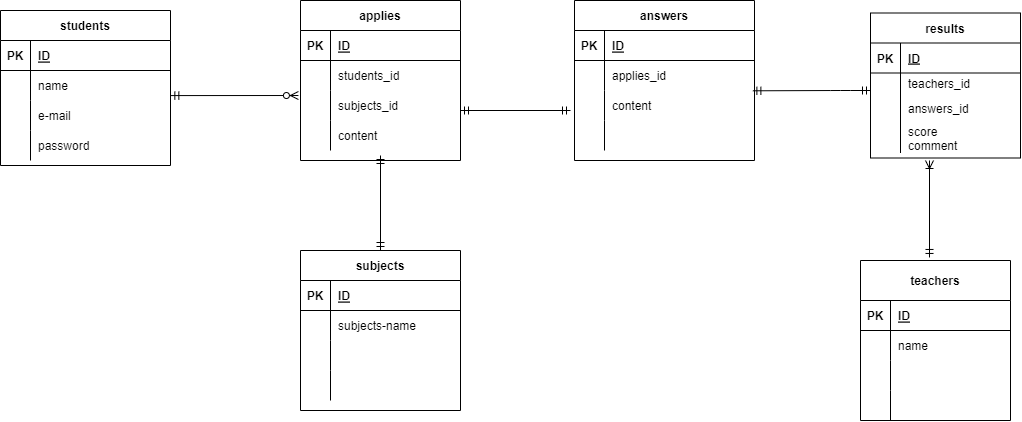
Before: index.drawio.png, a diagram exported from draw.io (kei1476/ER). Source tidied: cells renumbered, new cells last; positions are measured from the earlier drawing's top-left corner, leaving out a move shared by most shapes.
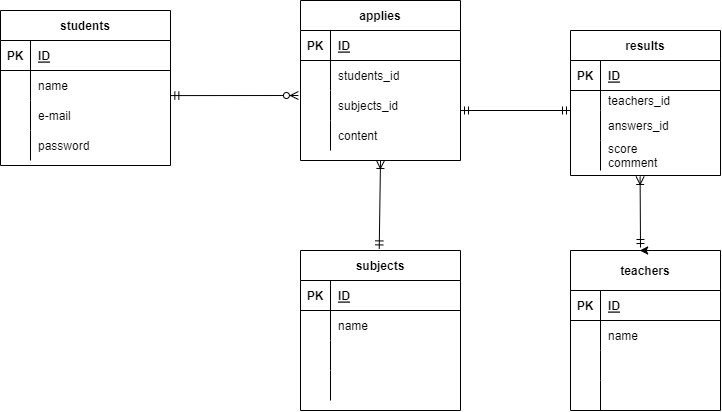
The same diagram one commit later.

Commit message:
演習問題修正4

What changed in the source:
```diff
@@ -42,7 +42,7 @@
       <mxGeometry x="30" width="140" height="30" as="geometry" />
     </mxCell>
     <mxCell id="15" value="results" style="shape=table;startSize=30;rowLines=0;fontStyle=1;align=center;" parent="1" vertex="1">
-      <mxGeometry x="870" y="12.5" width="150" height="145" as="geometry" />
+      <mxGeometry x="570" y="30" width="150" height="145" as="geometry" />
     </mxCell>
     <mxCell id="16" style="shape=partialRectangle;fillColor=none;top=0;left=0;bottom=1;right=0;" parent="15" vertex="1">
       <mxGeometry y="30" width="150" height="30" as="geometry" />
@@ -81,7 +81,7 @@
       <mxGeometry x="30" width="120" height="30" as="geometry" />
     </mxCell>
     <mxCell id="28" value="teachers" style="shape=table;startSize=40;rowLines=0;fontStyle=1;align=center;" parent="1" vertex="1">
-      <mxGeometry x="860" y="260" width="150" height="160" as="geometry" />
+      <mxGeometry x="570" y="250" width="150" height="160" as="geometry" />
     </mxCell>
     <mxCell id="29" style="shape=partialRectangle;fillColor=none;top=0;left=0;bottom=1;right=0;" parent="28" vertex="1">
       <mxGeometry y="40" width="150" height="30" as="geometry" />
@@ -119,64 +119,20 @@
     <mxCell id="40" style="shape=partialRectangle;fillColor=none;top=0;left=0;bottom=0;right=0;align=left;spacingLeft=6;overflow=hidden;" parent="38" vertex="1">
       <mxGeometry x="30" width="120" height="30" as="geometry" />
     </mxCell>
-    <mxCell id="41" style="fontSize=12;html=1;endArrow=ERmandOne;startArrow=ERmandOne;strokeWidth=1;exitX=0.991;exitY=0.01;exitDx=0;exitDy=0;exitPerimeter=0;" parent="1" edge="1" source="52">
-      <mxGeometry relative="1" as="geometry">
-        <mxPoint x="870" y="90" as="targetPoint" />
-        <Array as="points">
-          <mxPoint x="840" y="90" />
-        </Array>
-      </mxGeometry>
-    </mxCell>
     <mxCell id="42" style="fontSize=12;html=1;endArrow=ERzeroToMany;startArrow=ERmandOne;exitX=1;exitY=0.5;exitDx=0;exitDy=0;entryX=0;entryY=0.5;entryDx=0;entryDy=0;" parent="1" edge="1" source="6" target="x">
       <mxGeometry relative="1" as="geometry" />
     </mxCell>
     <mxCell id="43" style="fontSize=12;html=1;endArrow=ERzeroToMany;startArrow=ERmandOne;exitX=1.002;exitY=0.836;exitDx=0;exitDy=0;entryX=-0.013;entryY=0.167;entryDx=0;entryDy=0;entryPerimeter=0;exitPerimeter=0;" parent="1" edge="1" source="6" target="80">
       <mxGeometry relative="1" as="geometry" />
     </mxCell>
-    <mxCell id="44" style="fontSize=12;html=1;endArrow=ERoneToMany;startArrow=ERmandOne;exitX=0.46;exitY=-0.019;exitDx=0;exitDy=0;exitPerimeter=0;" parent="1" edge="1" source="28">
+    <mxCell id="44" style="fontSize=12;html=1;endArrow=ERoneToMany;startArrow=ERmandOne;entryX=0.464;entryY=1.2;entryDx=0;entryDy=0;entryPerimeter=0;" parent="1" edge="1" target="25">
       <mxGeometry relative="1" as="geometry">
-        <mxPoint x="929" y="160" as="targetPoint" />
+        <mxPoint x="640" y="247" as="sourcePoint" />
+        <Array as="points">
+          <mxPoint x="640" y="247" />
+        </Array>
       </mxGeometry>
     </mxCell>
-    <mxCell id="45" value="answers" style="shape=table;startSize=30;rowLines=0;fontStyle=1;align=center;" parent="1" vertex="1">
-      <mxGeometry x="574" width="180" height="160" as="geometry" />
-    </mxCell>
-    <mxCell id="46" style="shape=partialRectangle;fillColor=none;top=0;left=0;bottom=1;right=0;" parent="45" vertex="1">
-      <mxGeometry y="30" width="180" height="30" as="geometry" />
-    </mxCell>
-    <mxCell id="47" value="PK" style="shape=partialRectangle;fillColor=none;top=0;left=0;bottom=0;right=0;fontStyle=1;overflow=hidden;" parent="46" vertex="1">
-      <mxGeometry width="30" height="30" as="geometry" />
-    </mxCell>
-    <mxCell id="48" value="ID" style="shape=partialRectangle;fillColor=none;top=0;left=0;bottom=0;right=0;align=left;spacingLeft=6;fontStyle=5;overflow=hidden;" parent="46" vertex="1">
-      <mxGeometry x="30" width="150" height="30" as="geometry" />
-    </mxCell>
-    <mxCell id="49" style="shape=partialRectangle;fillColor=none;top=0;left=0;bottom=0;right=0;" parent="45" vertex="1">
-      <mxGeometry y="60" width="180" height="30" as="geometry" />
-    </mxCell>
-    <mxCell id="50" style="shape=partialRectangle;fillColor=none;top=0;left=0;bottom=0;right=0;overflow=hidden;" parent="49" vertex="1">
-      <mxGeometry width="30" height="30" as="geometry" />
-    </mxCell>
-    <mxCell id="51" value="applies_id" style="shape=partialRectangle;fillColor=none;top=0;left=0;bottom=0;right=0;align=left;spacingLeft=6;overflow=hidden;" parent="49" vertex="1">
-      <mxGeometry x="30" width="150" height="30" as="geometry" />
-    </mxCell>
-    <mxCell id="52" style="shape=partialRectangle;fillColor=none;top=0;left=0;bottom=0;right=0;points=[[0,0.5],[1,0.5]];portConstraint=eastwest;" parent="45" vertex="1">
-      <mxGeometry y="90" width="180" height="30" as="geometry" />
-    </mxCell>
-    <mxCell id="53" style="shape=partialRectangle;fillColor=none;top=0;left=0;bottom=0;right=0;overflow=hidden;" parent="52" vertex="1">
-      <mxGeometry width="30" height="30" as="geometry" />
-    </mxCell>
-    <mxCell id="54" value="content" style="shape=partialRectangle;fillColor=none;top=0;left=0;bottom=0;right=0;align=left;spacingLeft=6;overflow=hidden;" parent="52" vertex="1">
-      <mxGeometry x="30" width="150" height="30" as="geometry" />
-    </mxCell>
-    <mxCell id="55" style="shape=partialRectangle;fillColor=none;top=0;left=0;bottom=0;right=0;" parent="45" vertex="1">
-      <mxGeometry y="120" width="180" height="30" as="geometry" />
-    </mxCell>
-    <mxCell id="56" style="shape=partialRectangle;fillColor=none;top=0;left=0;bottom=0;right=0;overflow=hidden;" parent="55" vertex="1">
-      <mxGeometry width="30" height="30" as="geometry" />
-    </mxCell>
-    <mxCell id="57" style="shape=partialRectangle;fillColor=none;top=0;left=0;bottom=0;right=0;align=left;spacingLeft=6;overflow=hidden;" parent="55" vertex="1">
-      <mxGeometry x="30" width="150" height="30" as="geometry" />
-    </mxCell>
     <mxCell id="58" value="subjects" style="shape=table;startSize=30;rowLines=0;fontStyle=1;align=center;" parent="1" vertex="1">
       <mxGeometry x="300" y="250" width="160" height="160" as="geometry" />
     </mxCell>
@@ -195,7 +151,7 @@
     <mxCell id="63" style="shape=partialRectangle;fillColor=none;top=0;left=0;bottom=0;right=0;overflow=hidden;" parent="62" vertex="1">
       <mxGeometry width="30" height="30" as="geometry" />
     </mxCell>
-    <mxCell id="64" value="subjects-name" style="shape=partialRectangle;fillColor=none;top=0;left=0;bottom=0;right=0;align=left;spacingLeft=6;overflow=hidden;" parent="62" vertex="1">
+    <mxCell id="64" value="name" style="shape=partialRectangle;fillColor=none;top=0;left=0;bottom=0;right=0;align=left;spacingLeft=6;overflow=hidden;" parent="62" vertex="1">
       <mxGeometry x="30" width="130" height="30" as="geometry" />
     </mxCell>
     <mxCell id="65" style="shape=partialRectangle;fillColor=none;top=0;left=0;bottom=0;right=0;" parent="58" vertex="1">
@@ -216,11 +172,6 @@
     <mxCell id="70" style="shape=partialRectangle;fillColor=none;top=0;left=0;bottom=0;right=0;align=left;spacingLeft=6;overflow=hidden;" parent="68" vertex="1">
       <mxGeometry x="30" width="130" height="30" as="geometry" />
     </mxCell>
-    <mxCell id="71" style="fontSize=12;html=1;endArrow=ERmandOne;startArrow=ERmandOne;entryX=0.5;entryY=1;entryDx=0;entryDy=0;exitX=0.5;exitY=0;exitDx=0;exitDy=0;" parent="1" edge="1" source="58">
-      <mxGeometry relative="1" as="geometry">
-        <mxPoint x="380" y="155" as="targetPoint" />
-      </mxGeometry>
-    </mxCell>
     <mxCell id="72" style="fontSize=12;html=1;endArrow=ERmandOne;startArrow=ERmandOne;" parent="1" edge="1">
       <mxGeometry relative="1" as="geometry">
         <mxPoint x="460" y="110" as="sourcePoint" />
@@ -266,5 +217,11 @@
     <mxCell id="85" value="content" style="shape=partialRectangle;fillColor=none;top=0;left=0;bottom=0;right=0;align=left;spacingLeft=6;overflow=hidden;" parent="83" vertex="1">
       <mxGeometry x="30" width="130" height="30" as="geometry" />
     </mxCell>
+    <mxCell id="86" style="fontSize=12;html=1;endArrow=ERoneToMany;startArrow=ERmandOne;exitX=0.492;exitY=-0.01;exitDx=0;exitDy=0;exitPerimeter=0;entryX=0.5;entryY=1;entryDx=0;entryDy=0;" parent="1" edge="1" source="58" target="73">
+      <mxGeometry relative="1" as="geometry" />
+    </mxCell>
+    <mxCell id="87" style="edgeStyle=none;html=1;exitX=0.5;exitY=0;exitDx=0;exitDy=0;entryX=0.461;entryY=0;entryDx=0;entryDy=0;entryPerimeter=0;" parent="1" edge="1" source="28" target="28">
+      <mxGeometry relative="1" as="geometry" />
+    </mxCell>
   </root>
 </mxGraphModel>
```
